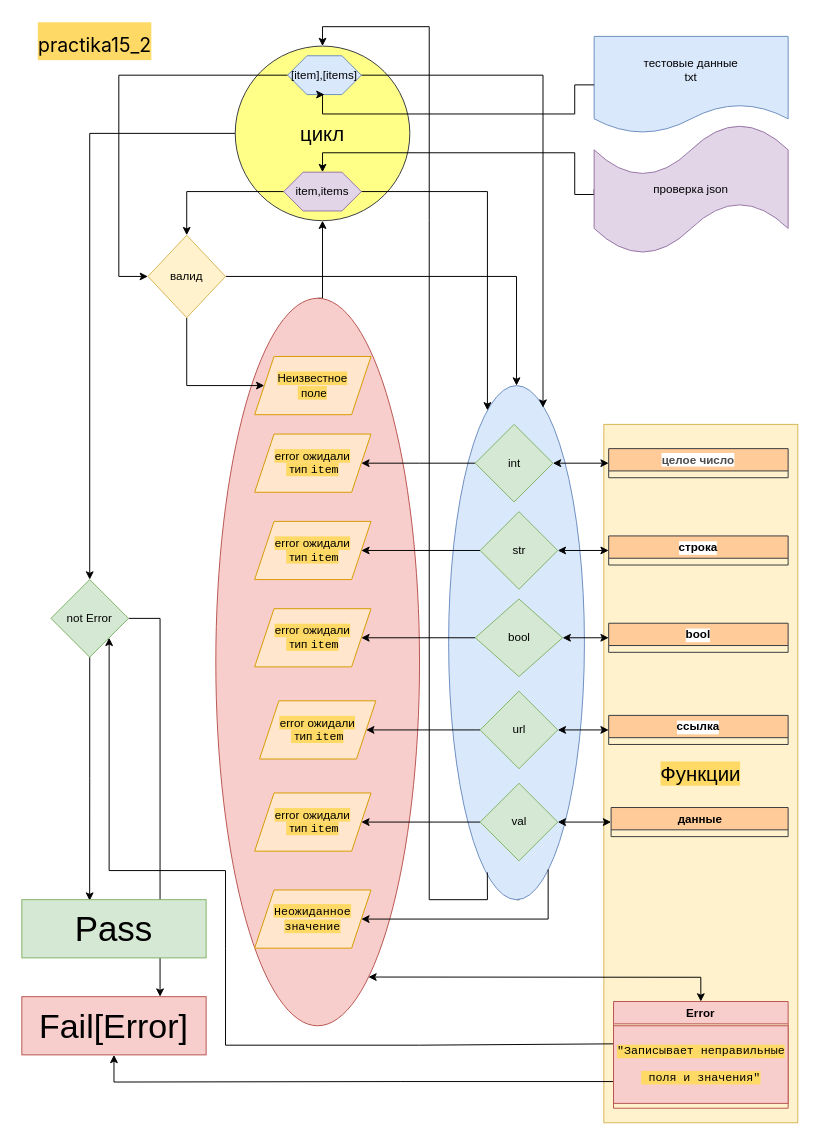
Above: Practice_15/practika15_2.drawio in KonstantinS007/PythonProject (draw.io), before the change. Source tidied: cells renumbered, new cells numbered last; positions are measured from the earlier drawing's top-left corner, leaving out a move shared by most shapes. Both pictures are drawn from the tidied source at 97%, with x=0, y=0 at pixel (21, 16).
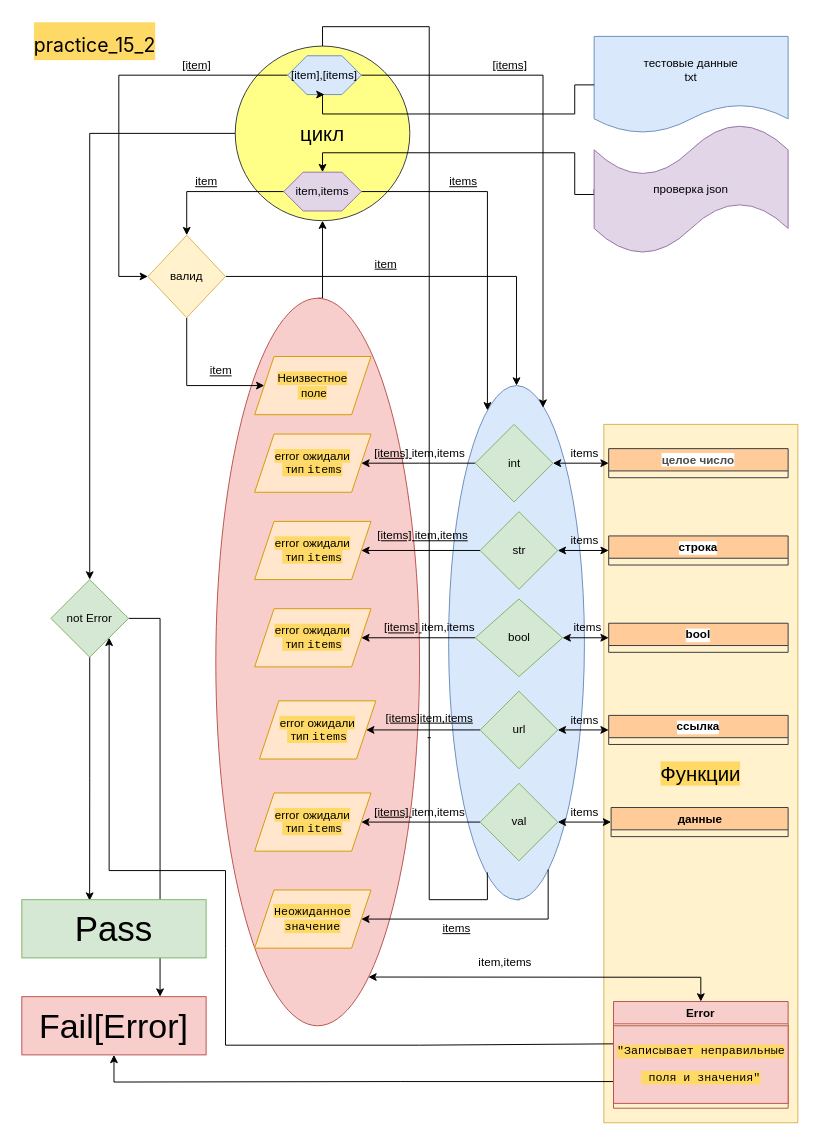
The same page after the edit.

The change refers to these unchanged cells:
```xml
<mxCell id="6" style="ellipse;whiteSpace=wrap;html=1;fillColor=#dae8fc;strokeColor=#6c8ebf;" parent="1" vertex="1">
  <mxGeometry x="440" y="380" width="140" height="530" as="geometry" />
</mxCell>
<mxCell id="23" value="&lt;font style=&quot;font-size: 21px;&quot;&gt;цикл&lt;/font&gt;" style="ellipse;whiteSpace=wrap;html=1;fillColor=#ffff88;strokeColor=#36393d;" parent="1" vertex="1">
  <mxGeometry x="220" y="30" width="180" height="180" as="geometry" />
</mxCell>
```

The edit, as a diff of the source:
```diff
@@
-    <mxCell id="19" value="&lt;span style=&quot;background-color: rgb(255, 217, 102);&quot;&gt;error&amp;nbsp;ожидали&lt;br style=&quot;border-color: var(--border-color);&quot;&gt;&amp;nbsp;тип&amp;nbsp;&lt;span style=&quot;border-color: var(--border-color); font-family: &amp;quot;JetBrains Mono&amp;quot;, monospace;&quot;&gt;item&lt;/span&gt;&lt;/span&gt;" style="shape=parallelogram;perimeter=parallelogramPerimeter;whiteSpace=wrap;html=1;fixedSize=1;fillColor=#ffe6cc;strokeColor=#d79b00;" parent="1" vertex="1">
+    <mxCell id="19" value="&lt;span style=&quot;background-color: rgb(255, 217, 102);&quot;&gt;error&amp;nbsp;ожидали&lt;br style=&quot;border-color: var(--border-color);&quot;&gt;&amp;nbsp;тип&amp;nbsp;&lt;span style=&quot;border-color: var(--border-color); font-family: &amp;quot;JetBrains Mono&amp;quot;, monospace;&quot;&gt;items&lt;/span&gt;&lt;/span&gt;" style="shape=parallelogram;perimeter=parallelogramPerimeter;whiteSpace=wrap;html=1;fixedSize=1;fillColor=#ffe6cc;strokeColor=#d79b00;" parent="1" vertex="1">
       <mxGeometry x="240" y="520" width="120" height="60" as="geometry" />
     </mxCell>
-    <mxCell id="20" value="&lt;span style=&quot;background-color: rgb(255, 217, 102);&quot;&gt;error&amp;nbsp;ожидали&lt;br style=&quot;border-color: var(--border-color);&quot;&gt;&amp;nbsp;тип&amp;nbsp;&lt;span style=&quot;border-color: var(--border-color); font-family: &amp;quot;JetBrains Mono&amp;quot;, monospace;&quot;&gt;item&lt;/span&gt;&lt;/span&gt;" style="shape=parallelogram;perimeter=parallelogramPerimeter;whiteSpace=wrap;html=1;fixedSize=1;fillColor=#ffe6cc;strokeColor=#d79b00;" parent="1" vertex="1">
+    <mxCell id="20" value="&lt;span style=&quot;background-color: rgb(255, 217, 102);&quot;&gt;error&amp;nbsp;ожидали&lt;br style=&quot;border-color: var(--border-color);&quot;&gt;&amp;nbsp;тип&amp;nbsp;&lt;span style=&quot;border-color: var(--border-color); font-family: &amp;quot;JetBrains Mono&amp;quot;, monospace;&quot;&gt;items&lt;/span&gt;&lt;/span&gt;" style="shape=parallelogram;perimeter=parallelogramPerimeter;whiteSpace=wrap;html=1;fixedSize=1;fillColor=#ffe6cc;strokeColor=#d79b00;" parent="1" vertex="1">
       <mxGeometry x="245" y="705" width="120" height="60" as="geometry" />
     </mxCell>
-    <mxCell id="21" value="&lt;span style=&quot;background-color: rgb(255, 217, 102);&quot;&gt;error&amp;nbsp;ожидали&lt;br style=&quot;border-color: var(--border-color);&quot;&gt;&amp;nbsp;тип&amp;nbsp;&lt;span style=&quot;border-color: var(--border-color); font-family: &amp;quot;JetBrains Mono&amp;quot;, monospace;&quot;&gt;item&lt;/span&gt;&lt;/span&gt;" style="shape=parallelogram;perimeter=parallelogramPerimeter;whiteSpace=wrap;html=1;fixedSize=1;fillColor=#ffe6cc;strokeColor=#d79b00;" parent="1" vertex="1">
+    <mxCell id="21" value="&lt;span style=&quot;background-color: rgb(255, 217, 102);&quot;&gt;error&amp;nbsp;ожидали&lt;br style=&quot;border-color: var(--border-color);&quot;&gt;&amp;nbsp;тип&amp;nbsp;&lt;span style=&quot;border-color: var(--border-color); font-family: &amp;quot;JetBrains Mono&amp;quot;, monospace;&quot;&gt;items&lt;/span&gt;&lt;/span&gt;" style="shape=parallelogram;perimeter=parallelogramPerimeter;whiteSpace=wrap;html=1;fixedSize=1;fillColor=#ffe6cc;strokeColor=#d79b00;" parent="1" vertex="1">
       <mxGeometry x="240" y="800" width="120" height="60" as="geometry" />
     </mxCell>
@@
-    <mxCell id="42" value="&lt;span style=&quot;background-color: rgb(255, 217, 102);&quot;&gt;error&amp;nbsp;ожидали&lt;br style=&quot;border-color: var(--border-color);&quot;&gt;&amp;nbsp;тип&amp;nbsp;&lt;span style=&quot;border-color: var(--border-color); font-family: &amp;quot;JetBrains Mono&amp;quot;, monospace;&quot;&gt;item&lt;/span&gt;&lt;/span&gt;" style="shape=parallelogram;perimeter=parallelogramPerimeter;whiteSpace=wrap;html=1;fixedSize=1;fillColor=#ffe6cc;strokeColor=#d79b00;" parent="1" vertex="1">
+    <mxCell id="42" value="&lt;span style=&quot;background-color: rgb(255, 217, 102);&quot;&gt;error&amp;nbsp;ожидали&lt;br style=&quot;border-color: var(--border-color);&quot;&gt;&amp;nbsp;тип&amp;nbsp;&lt;span style=&quot;border-color: var(--border-color); font-family: &amp;quot;JetBrains Mono&amp;quot;, monospace;&quot;&gt;items&lt;/span&gt;&lt;/span&gt;" style="shape=parallelogram;perimeter=parallelogramPerimeter;whiteSpace=wrap;html=1;fixedSize=1;fillColor=#ffe6cc;strokeColor=#d79b00;" parent="1" vertex="1">
       <mxGeometry x="240" y="610" width="120" height="60" as="geometry" />
     </mxCell>
-    <mxCell id="43" value="&lt;span style=&quot;background-color: rgb(255, 217, 102);&quot;&gt;error&amp;nbsp;ожидали&lt;br style=&quot;border-color: var(--border-color);&quot;&gt;&amp;nbsp;тип&amp;nbsp;&lt;span style=&quot;border-color: var(--border-color); font-family: &amp;quot;JetBrains Mono&amp;quot;, monospace;&quot;&gt;item&lt;/span&gt;&lt;/span&gt;" style="shape=parallelogram;perimeter=parallelogramPerimeter;whiteSpace=wrap;html=1;fixedSize=1;fillColor=#ffe6cc;strokeColor=#d79b00;" parent="1" vertex="1">
+    <mxCell id="43" value="&lt;span style=&quot;background-color: rgb(255, 217, 102);&quot;&gt;error&amp;nbsp;ожидали&lt;br style=&quot;border-color: var(--border-color);&quot;&gt;&amp;nbsp;тип&amp;nbsp;&lt;span style=&quot;border-color: var(--border-color); font-family: &amp;quot;JetBrains Mono&amp;quot;, monospace;&quot;&gt;items&lt;/span&gt;&lt;/span&gt;" style="shape=parallelogram;perimeter=parallelogramPerimeter;whiteSpace=wrap;html=1;fixedSize=1;fillColor=#ffe6cc;strokeColor=#d79b00;" parent="1" vertex="1">
       <mxGeometry x="240" y="430" width="120" height="60" as="geometry" />
     </mxCell>
@@
-    <mxCell id="58" style="endArrow=classic;html=1;rounded=0;fontFamily=Helvetica;fontSize=35;fontColor=#000000;entryX=0.5;entryY=0;entryDx=0;entryDy=0;exitX=0.285;exitY=0.947;exitDx=0;exitDy=0;exitPerimeter=0;" parent="1" edge="1" source="6" target="23">
-      <mxGeometry relative="1" as="geometry">
-        <Array as="points">
-          <mxPoint x="480" y="910" />
-          <mxPoint x="420" y="910" />
-          <mxPoint x="420" y="400" />
-          <mxPoint x="420" y="210" />
-          <mxPoint x="420" y="10" />
-          <mxPoint x="310" y="10" />
-        </Array>
-      </mxGeometry>
-    </mxCell>
@@
-    <mxCell id="61" value="&lt;h2 style=&quot;box-sizing: border-box; margin-bottom: 0px; font-family: -apple-system, BlinkMacSystemFont, &amp;quot;Segoe UI&amp;quot;, &amp;quot;Noto Sans&amp;quot;, Helvetica, Arial, sans-serif, &amp;quot;Apple Color Emoji&amp;quot;, &amp;quot;Segoe UI Emoji&amp;quot;; text-align: start; margin-top: 0px !important; font-weight: var(--base-text-weight-normal, 400)  !important; flex: 1 1 auto !important; align-self: center !important; order: inherit !important; width: auto !important; min-width: 0px !important; margin-right: var(--base-size-8, 8px)  !important; margin-left: var(--base-size-8, 8px)  !important;&quot; class=&quot;breadcrumb flex-auto flex-self-center min-width-0 text-normal mx-2 width-full width-md-auto flex-order-1 flex-md-order-none mt-3 mt-md-0&quot; id=&quot;blob-path&quot;&gt;&lt;span style=&quot;background-color: rgb(255, 217, 102);&quot;&gt;&lt;font style=&quot;font-size: 20px;&quot;&gt;practika15_2&lt;/font&gt;&lt;/span&gt;&lt;/h2&gt;" style="text;html=1;align=center;verticalAlign=middle;strokeColor=none;fillColor=none;fontSize=21;fontFamily=Helvetica;fontColor=#000000;" parent="1" vertex="1">
-      <mxGeometry width="150" height="50" as="geometry" />
+    <mxCell id="61" value="&lt;h2 style=&quot;box-sizing: border-box; margin-bottom: 0px; font-family: -apple-system, BlinkMacSystemFont, &amp;quot;Segoe UI&amp;quot;, &amp;quot;Noto Sans&amp;quot;, Helvetica, Arial, sans-serif, &amp;quot;Apple Color Emoji&amp;quot;, &amp;quot;Segoe UI Emoji&amp;quot;; text-align: start; margin-top: 0px !important; font-weight: var(--base-text-weight-normal, 400)  !important; flex: 1 1 auto !important; align-self: center !important; order: inherit !important; width: auto !important; min-width: 0px !important; margin-right: var(--base-size-8, 8px)  !important; margin-left: var(--base-size-8, 8px)  !important;&quot; class=&quot;breadcrumb flex-auto flex-self-center min-width-0 text-normal mx-2 width-full width-md-auto flex-order-1 flex-md-order-none mt-3 mt-md-0&quot; id=&quot;blob-path&quot;&gt;&lt;span style=&quot;background-color: rgb(255, 217, 102);&quot;&gt;&lt;font style=&quot;font-size: 20px;&quot;&gt;practice_15_2&lt;/font&gt;&lt;/span&gt;&lt;/h2&gt;" style="text;html=1;align=center;verticalAlign=middle;strokeColor=none;fillColor=none;fontSize=21;fontFamily=Helvetica;fontColor=#000000;" parent="1" vertex="1">
+      <mxGeometry x="-5" width="160" height="50" as="geometry" />
     </mxCell>
@@
+    <mxCell id="63" value="&lt;u&gt;[items]&lt;/u&gt;" style="text;html=1;align=center;verticalAlign=middle;strokeColor=none;fillColor=none;" parent="1" vertex="1">
+      <mxGeometry x="472.5" y="35" width="60" height="30" as="geometry" />
+    </mxCell>
+    <mxCell id="64" value="&lt;u&gt;items&lt;/u&gt;" style="text;html=1;align=center;verticalAlign=middle;strokeColor=none;fillColor=none;" parent="1" vertex="1">
+      <mxGeometry x="430" y="155" width="50" height="30" as="geometry" />
+    </mxCell>
+    <mxCell id="65" value="&lt;u style=&quot;border-color: var(--border-color);&quot;&gt;item&lt;/u&gt;" style="text;html=1;align=center;verticalAlign=middle;strokeColor=none;fillColor=none;" parent="1" vertex="1">
+      <mxGeometry x="350" y="240" width="50" height="30" as="geometry" />
+    </mxCell>
+    <mxCell id="66" value="&lt;u style=&quot;border-color: var(--border-color);&quot;&gt;item&lt;/u&gt;" style="text;html=1;align=center;verticalAlign=middle;strokeColor=none;fillColor=none;" parent="1" vertex="1">
+      <mxGeometry x="165" y="155" width="50" height="30" as="geometry" />
+    </mxCell>
+    <mxCell id="67" value="&lt;u style=&quot;border-color: var(--border-color);&quot;&gt;[item]&lt;/u&gt;" style="text;html=1;align=center;verticalAlign=middle;strokeColor=none;fillColor=none;" parent="1" vertex="1">
+      <mxGeometry x="155" y="35" width="50" height="30" as="geometry" />
+    </mxCell>
+    <mxCell id="68" value="&lt;u style=&quot;border-color: var(--border-color);&quot;&gt;item&lt;/u&gt;" style="text;html=1;align=center;verticalAlign=middle;strokeColor=none;fillColor=none;" parent="1" vertex="1">
+      <mxGeometry x="180" y="350" width="50" height="30" as="geometry" />
+    </mxCell>
+    <mxCell id="69" value="&lt;u style=&quot;border-color: var(--border-color);&quot;&gt;[items]&amp;nbsp;&lt;/u&gt;item,items" style="text;html=1;align=center;verticalAlign=middle;strokeColor=none;fillColor=none;" parent="1" vertex="1">
+      <mxGeometry x="350" y="435" width="120" height="30" as="geometry" />
+    </mxCell>
+    <mxCell id="70" value="&lt;u style=&quot;border-color: var(--border-color);&quot;&gt;[items]&amp;nbsp;&lt;/u&gt;item,items" style="text;html=1;align=center;verticalAlign=middle;strokeColor=none;fillColor=none;" parent="1" vertex="1">
+      <mxGeometry x="350" y="805" width="120" height="30" as="geometry" />
+    </mxCell>
+    <mxCell id="71" value="items" style="text;html=1;align=center;verticalAlign=middle;strokeColor=none;fillColor=none;" parent="1" vertex="1">
+      <mxGeometry x="555" y="435" width="50" height="30" as="geometry" />
+    </mxCell>
+    <mxCell id="72" value="items" style="text;html=1;align=center;verticalAlign=middle;strokeColor=none;fillColor=none;" parent="1" vertex="1">
+      <mxGeometry x="555" y="525" width="50" height="30" as="geometry" />
+    </mxCell>
+    <mxCell id="73" value="items" style="text;html=1;align=center;verticalAlign=middle;strokeColor=none;fillColor=none;" parent="1" vertex="1">
+      <mxGeometry x="557.5" y="615" width="50" height="30" as="geometry" />
+    </mxCell>
+    <mxCell id="74" value="items" style="text;html=1;align=center;verticalAlign=middle;strokeColor=none;fillColor=none;" parent="1" vertex="1">
+      <mxGeometry x="555" y="710" width="50" height="30" as="geometry" />
+    </mxCell>
+    <mxCell id="75" value="items" style="text;html=1;align=center;verticalAlign=middle;strokeColor=none;fillColor=none;" parent="1" vertex="1">
+      <mxGeometry x="555" y="805" width="50" height="30" as="geometry" />
+    </mxCell>
+    <mxCell id="76" value="&lt;u style=&quot;border-color: var(--border-color);&quot;&gt;items&lt;/u&gt;" style="text;html=1;align=center;verticalAlign=middle;strokeColor=none;fillColor=none;" parent="1" vertex="1">
+      <mxGeometry x="422.5" y="925" width="50" height="30" as="geometry" />
+    </mxCell>
+    <mxCell id="77" value="item,items" style="text;html=1;align=center;verticalAlign=middle;strokeColor=none;fillColor=none;" parent="1" vertex="1">
+      <mxGeometry x="457.5" y="960" width="80" height="30" as="geometry" />
+    </mxCell>
+    <mxCell id="78" value="&lt;u style=&quot;border-color: var(--border-color);&quot;&gt;[items]item,items&lt;br&gt;&amp;nbsp;&lt;/u&gt;" style="text;html=1;align=center;verticalAlign=middle;strokeColor=none;fillColor=none;" parent="1" vertex="1">
+      <mxGeometry x="365" y="710" width="110" height="40" as="geometry" />
+    </mxCell>
+    <mxCell id="79" value="&lt;u style=&quot;border-color: var(--border-color);&quot;&gt;[items]&amp;nbsp;&lt;/u&gt;item,items" style="text;html=1;align=center;verticalAlign=middle;strokeColor=none;fillColor=none;" parent="1" vertex="1">
+      <mxGeometry x="360" y="615" width="120" height="30" as="geometry" />
+    </mxCell>
+    <mxCell id="58" style="endArrow=none;html=1;rounded=0;fontFamily=Helvetica;fontSize=35;fontColor=#000000;entryX=0.5;entryY=0;entryDx=0;entryDy=0;exitX=0.285;exitY=0.947;exitDx=0;exitDy=0;exitPerimeter=0;" parent="1" edge="1" source="6" target="23">
+      <mxGeometry relative="1" as="geometry">
+        <Array as="points">
+          <mxPoint x="480" y="910" />
+          <mxPoint x="420" y="910" />
+          <mxPoint x="420" y="400" />
+          <mxPoint x="420" y="10" />
+          <mxPoint x="310" y="10" />
+        </Array>
+      </mxGeometry>
+    </mxCell>
+    <mxCell id="80" value="&lt;u style=&quot;border-color: var(--border-color);&quot;&gt;[items]&amp;nbsp;item,items&lt;br&gt;&lt;/u&gt;" style="text;html=1;align=center;verticalAlign=middle;strokeColor=none;fillColor=none;" parent="1" vertex="1">
+      <mxGeometry x="352.5" y="520" width="120" height="30" as="geometry" />
+    </mxCell>
```
